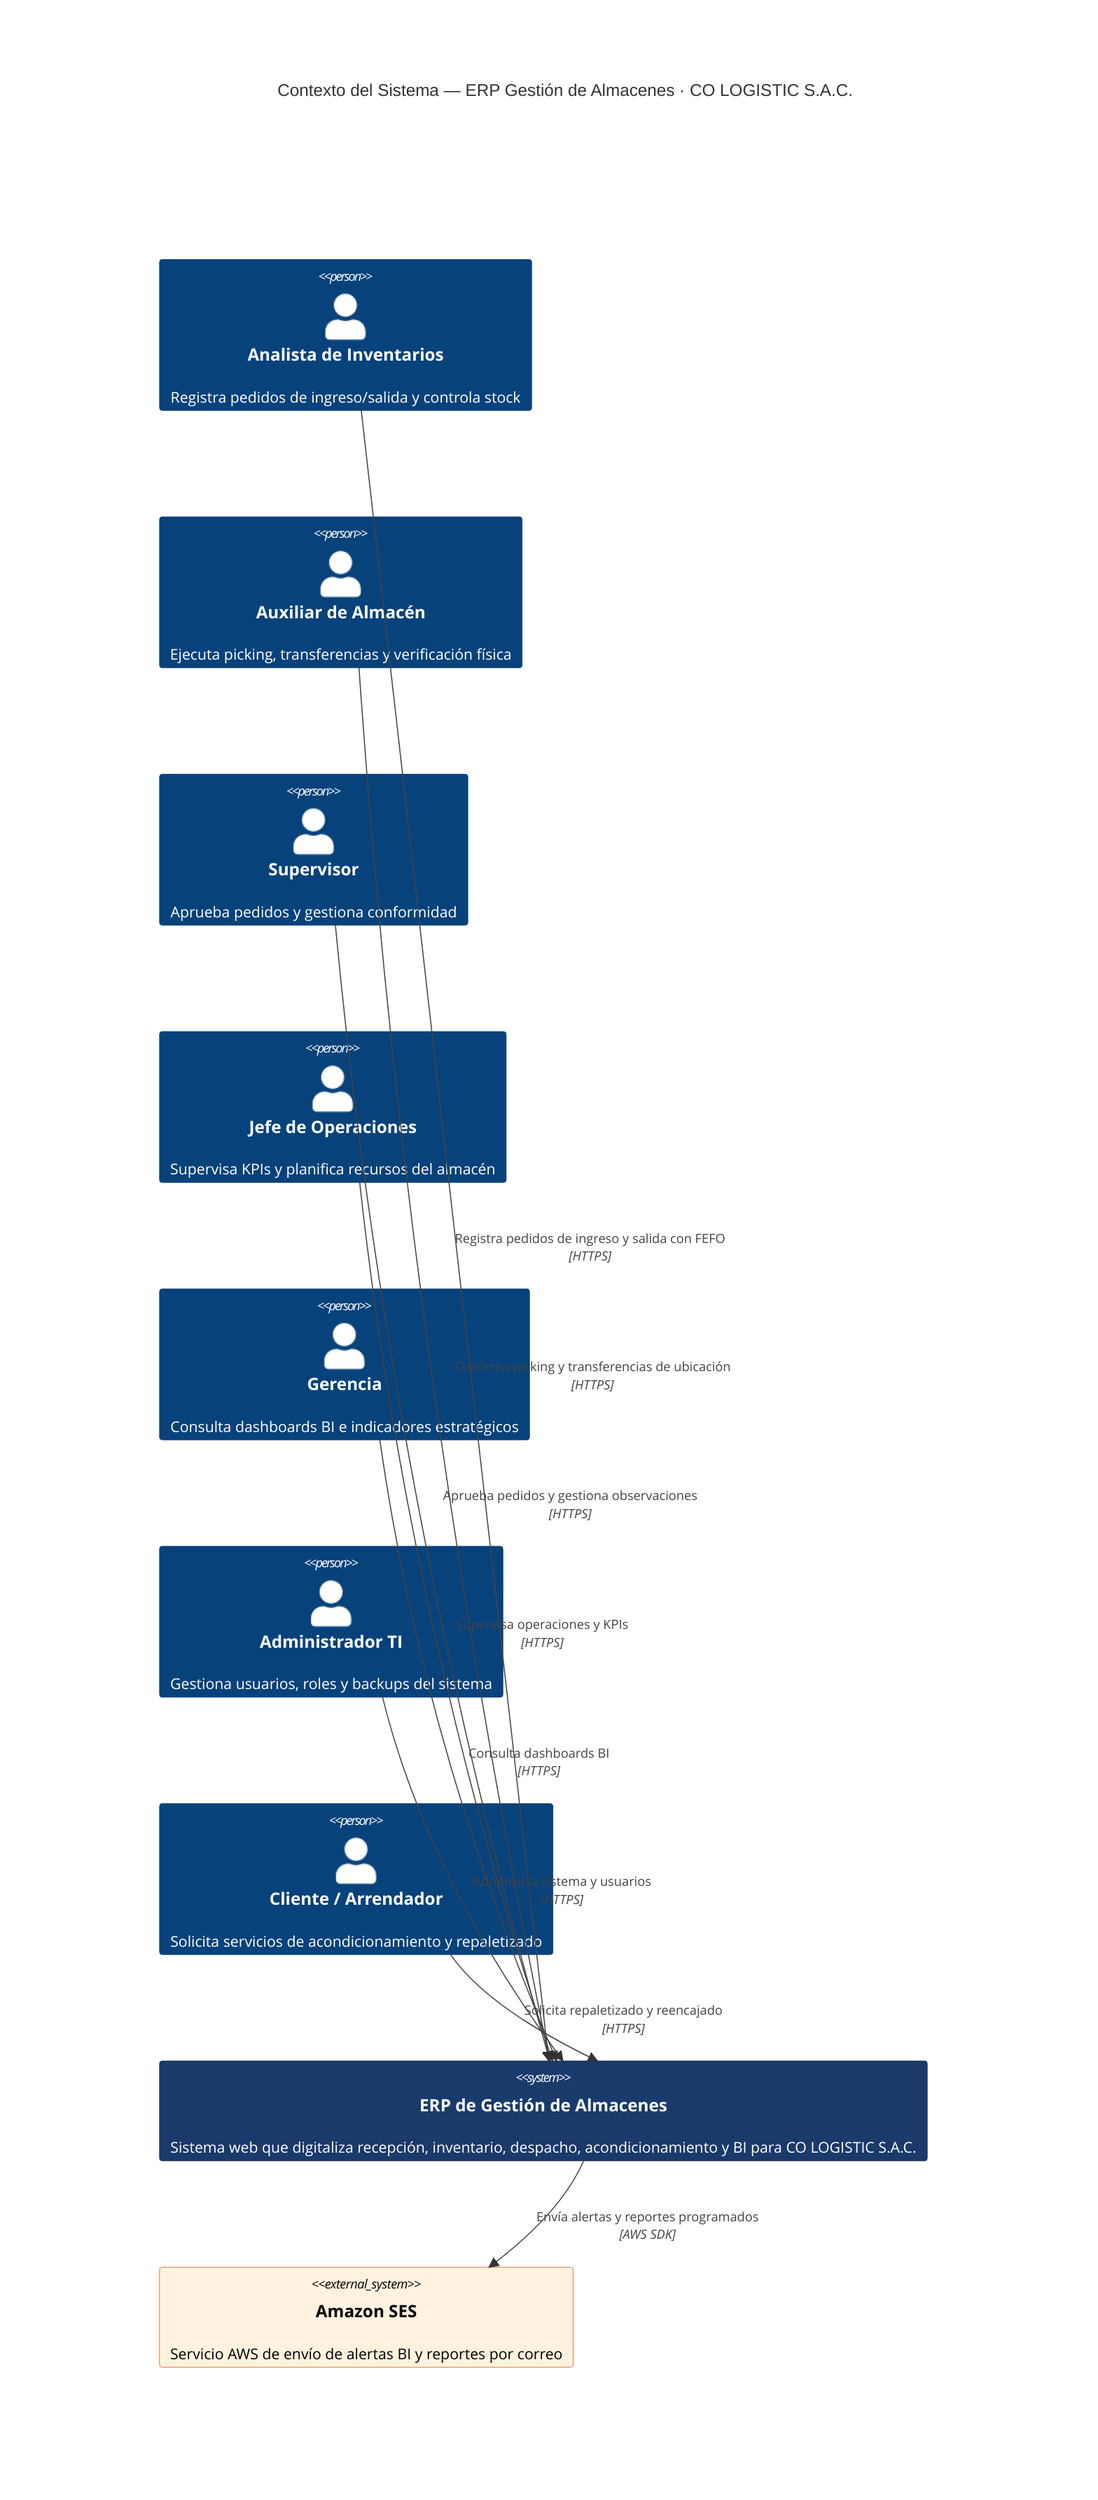
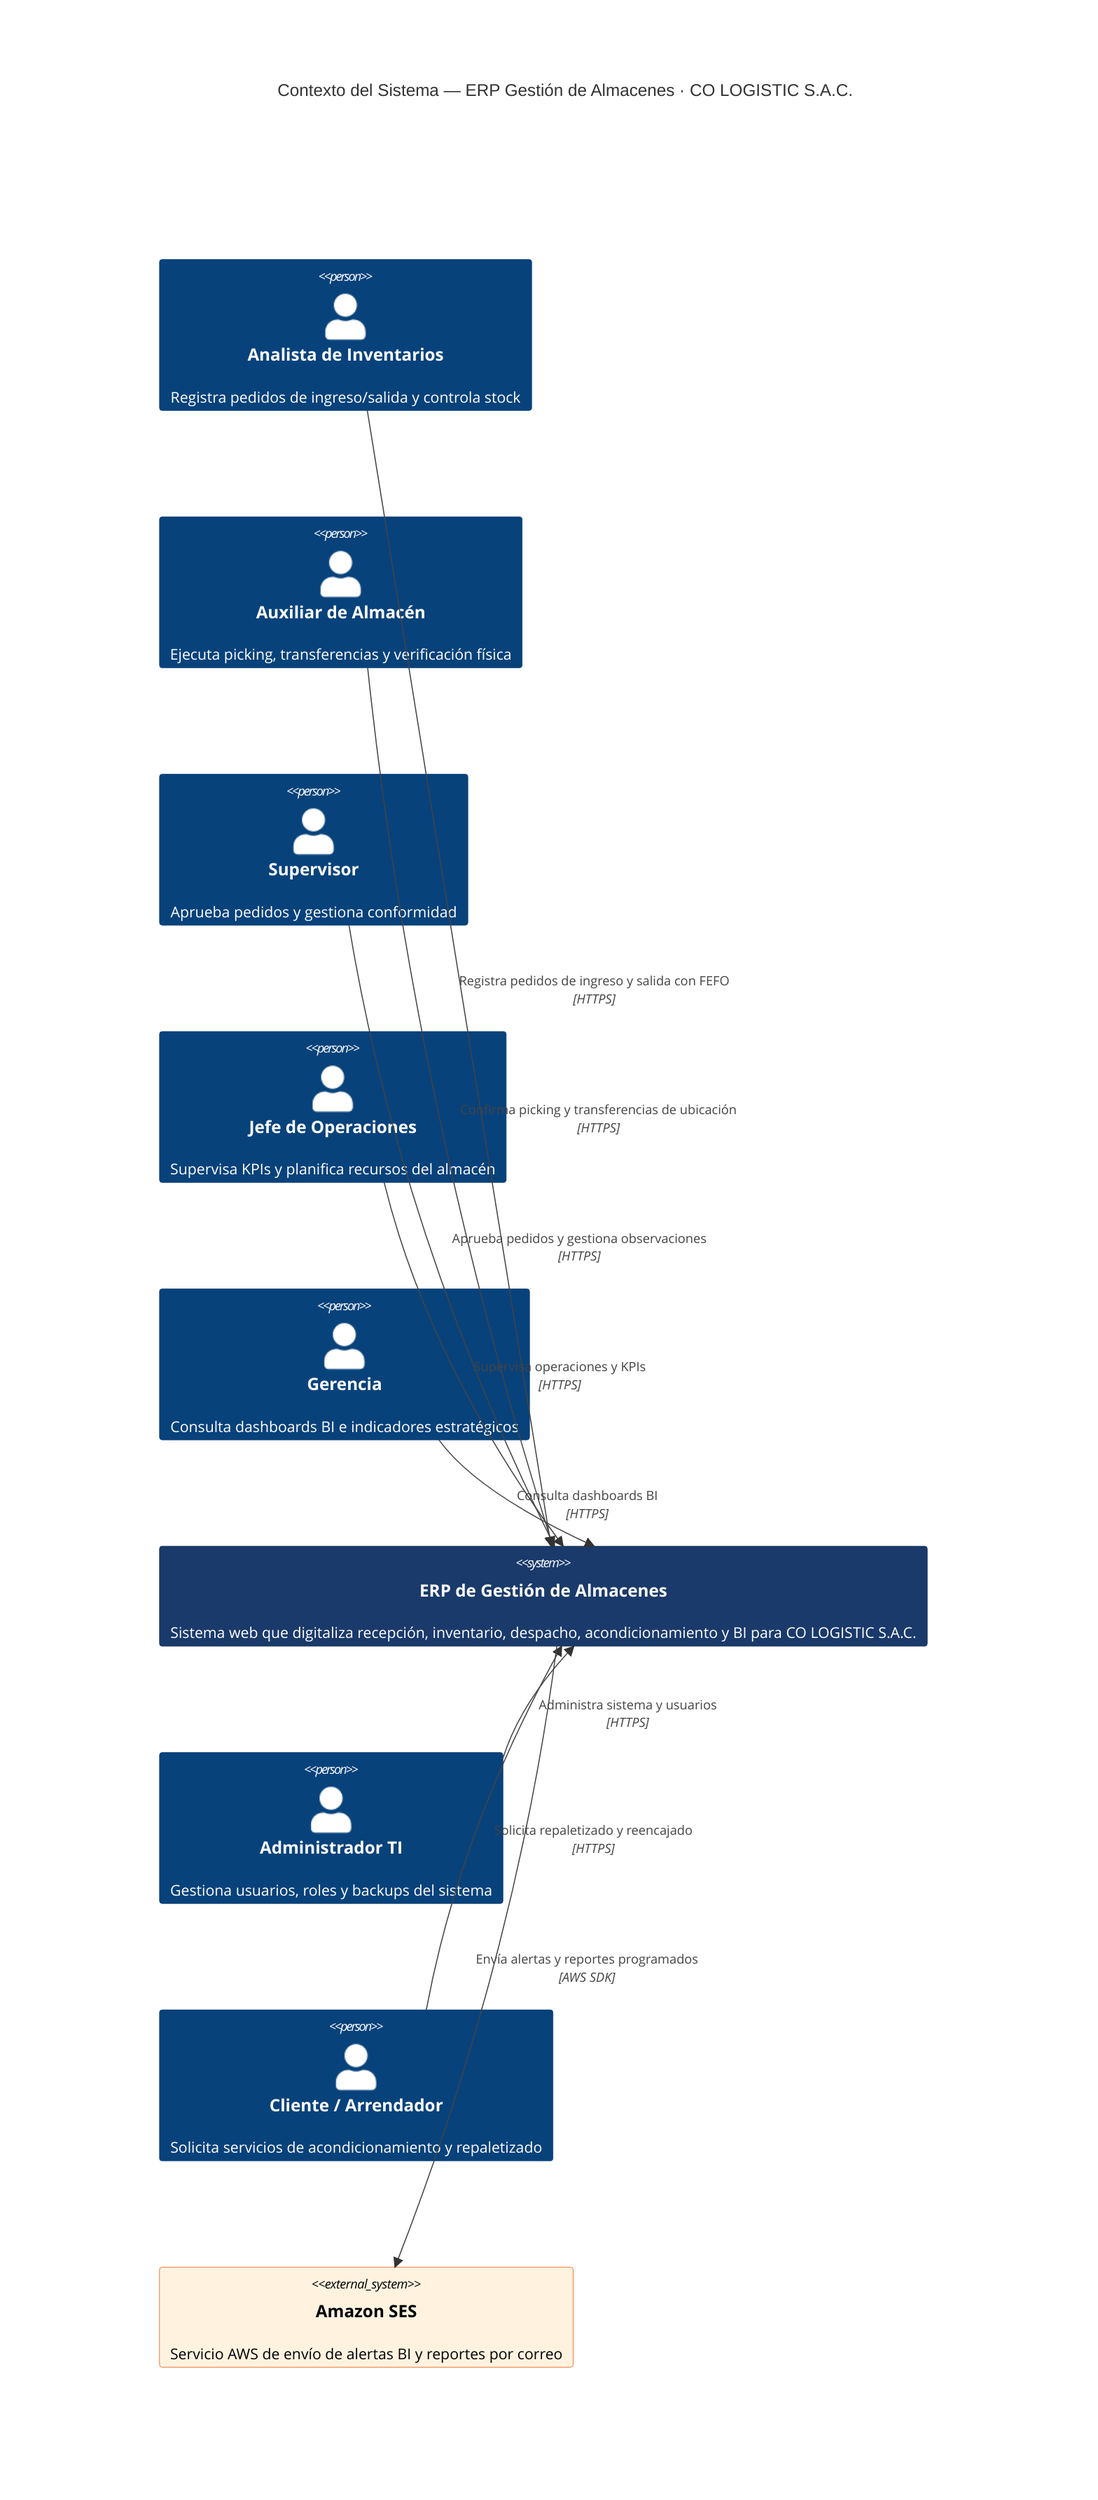
C4Context
    title Contexto del Sistema — ERP Gestión de Almacenes · CO LOGISTIC S.A.C.

    Person(analista, "Analista de Inventarios", "Registra pedidos de ingreso/salida y controla stock")
    Person(auxiliar, "Auxiliar de Almacén", "Ejecuta picking, transferencias y verificación física")
    Person(supervisor, "Supervisor", "Aprueba pedidos y gestiona conformidad")
    Person(jefe, "Jefe de Operaciones", "Supervisa KPIs y planifica recursos del almacén")
    Person(gerencia, "Gerencia", "Consulta dashboards BI e indicadores estratégicos")
+     System(erp, "ERP de Gestión de Almacenes", "Sistema web que digitaliza recepción, inventario, despacho, acondicionamiento y BI para CO LOGISTIC S.A.C.")
    Person(admin_ti, "Administrador TI", "Gestiona usuarios, roles y backups del sistema")
    Person(cliente, "Cliente / Arrendador", "Solicita servicios de acondicionamiento y repaletizado")

-     System(erp, "ERP de Gestión de Almacenes", "Sistema web que digitaliza recepción, inventario, despacho, acondicionamiento y BI para CO LOGISTIC S.A.C.")

    System_Ext(aws_ses, "Amazon SES", "Servicio AWS de envío de alertas BI y reportes por correo")

    Rel(analista, erp, "Registra pedidos de ingreso y salida con FEFO", "HTTPS")
    Rel(auxiliar, erp, "Confirma picking y transferencias de ubicación", "HTTPS")
    Rel(supervisor, erp, "Aprueba pedidos y gestiona observaciones", "HTTPS")
    Rel(jefe, erp, "Supervisa operaciones y KPIs", "HTTPS")
    Rel(gerencia, erp, "Consulta dashboards BI", "HTTPS")
    Rel(admin_ti, erp, "Administra sistema y usuarios", "HTTPS")
    Rel(cliente, erp, "Solicita repaletizado y reencajado", "HTTPS")
    Rel(erp, aws_ses, "Envía alertas y reportes programados", "AWS SDK")

    UpdateElementStyle(erp, $fontColor="white", $bgColor="#1A3A6B", $borderColor="#0d2447")
    UpdateElementStyle(aws_ses, $fontColor="black", $bgColor="#fff3e0", $borderColor="#e65100")
-     UpdateLayoutConfig($c4ShapeInRow="4", $c4BoundaryInRow="1")
+     UpdateLayoutConfig($c4ShapeInRow="5", $c4BoundaryInRow="5")
